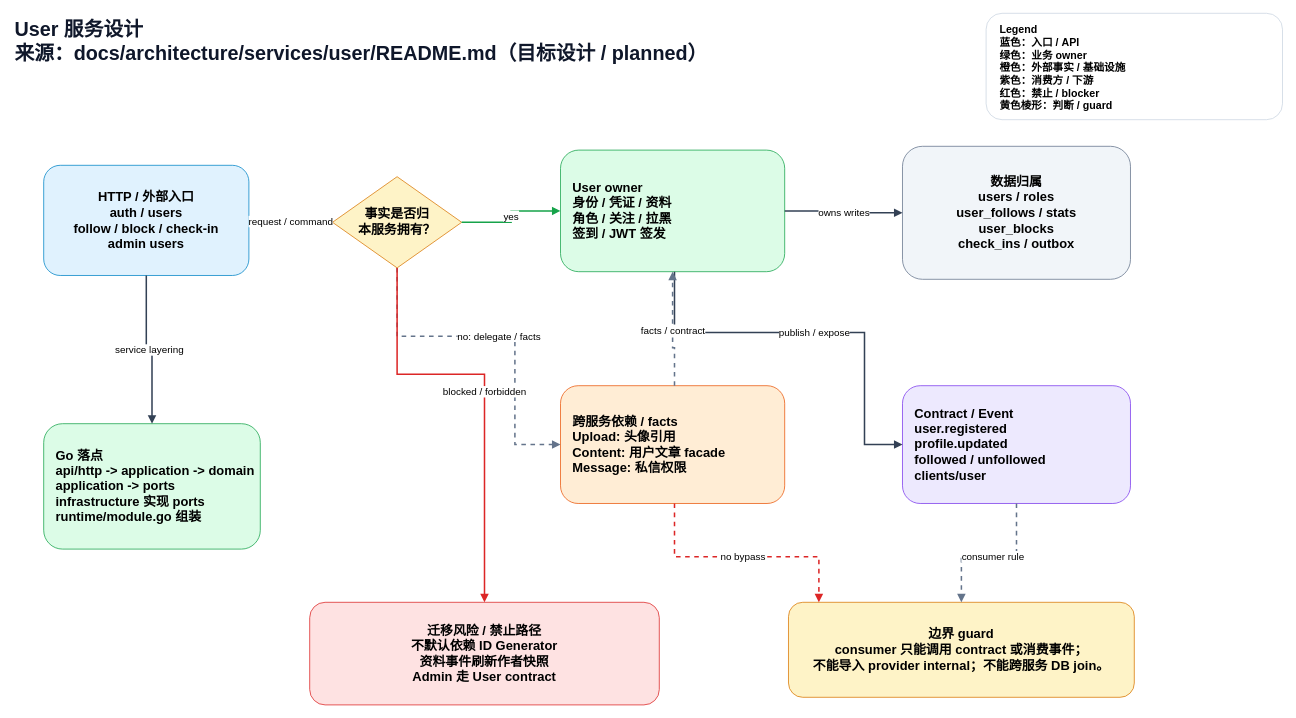
The draw.io diagram page "User" (3 of 13) of docs/architecture/services/_overview/service-design.drawio in architectcgz/zhicore-go, before the edit. Source tidied: cells renumbered, new cells numbered last; positions are measured from the earlier drawing's top-left corner, leaving out a move shared by most shapes. Both pictures are drawn from the tidied source at 76%, with x=0, y=0 at pixel (13, 13).
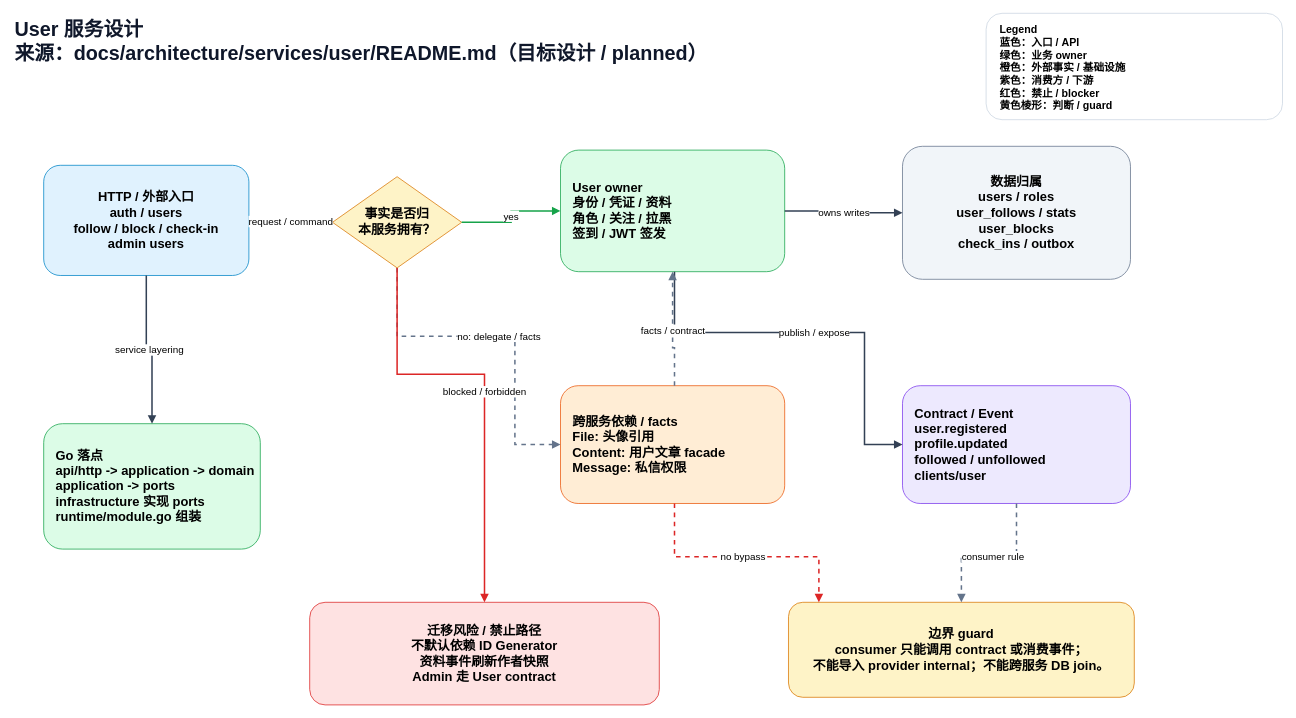
The same diagram, later.

Change to the diagram source:
```diff
@@
-    <mxCell id="9" value="跨服务依赖 / facts&#10;Upload: 头像引用&#10;Content: 用户文章 facade&#10;Message: 私信权限" style="rounded=1;whiteSpace=wrap;html=1;fillColor=#ffedd5;strokeColor=#ea580c;fontSize=17;fontStyle=1;align=left;verticalAlign=middle;spacing=6;spacingLeft=10;" parent="1" vertex="1">
+    <mxCell id="9" value="跨服务依赖 / facts&#10;File: 头像引用&#10;Content: 用户文章 facade&#10;Message: 私信权限" style="rounded=1;whiteSpace=wrap;html=1;fillColor=#ffedd5;strokeColor=#ea580c;fontSize=17;fontStyle=1;align=left;verticalAlign=middle;spacing=6;spacingLeft=10;" parent="1" vertex="1">
       <mxGeometry x="720" y="490" width="295" height="155" as="geometry" />
     </mxCell>
```
